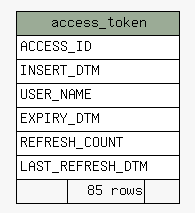
This is docs/database/diagrams/summary/access_token.1degree.png from engineerscraft/hrms, a Graphviz export, as it was before one commit. Its source is kept beside it as docs/database/diagrams/summary/access_token.1degree.dot.
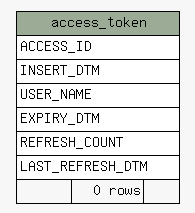
Above is the later version.

The edit, as a diff of the source:
```diff
@@ -25,7 +25,7 @@
       <TR><TD PORT="EXPIRY_DTM" COLSPAN="3" ALIGN="LEFT">EXPIRY_DTM</TD></TR>
       <TR><TD PORT="REFRESH_COUNT" COLSPAN="3" ALIGN="LEFT">REFRESH_COUNT</TD></TR>
       <TR><TD PORT="LAST_REFRESH_DTM" COLSPAN="3" ALIGN="LEFT">LAST_REFRESH_DTM</TD></TR>
-      <TR><TD ALIGN="LEFT" BGCOLOR="#f7f7f7">  </TD><TD ALIGN="RIGHT" BGCOLOR="#f7f7f7">85 rows</TD><TD ALIGN="RIGHT" BGCOLOR="#f7f7f7">  </TD></TR>
+      <TR><TD ALIGN="LEFT" BGCOLOR="#f7f7f7">  </TD><TD ALIGN="RIGHT" BGCOLOR="#f7f7f7">0 rows</TD><TD ALIGN="RIGHT" BGCOLOR="#f7f7f7">  </TD></TR>
     </TABLE>>
     URL="tables/access_token.html"
     tooltip="access_token"
```
